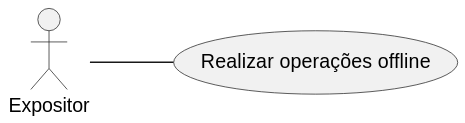
This is specs/casos_de_uso/svg/uml_uc20.svg from Phenrique-sousa/APS-documents, a PlantUML export, as it was before one commit. Source of this version:
```plantuml
@startuml
left to right direction

actor "Expositor" as Usuario

usecase "Realizar operações offline" as UC2

Usuario -- UC2

@enduml
```
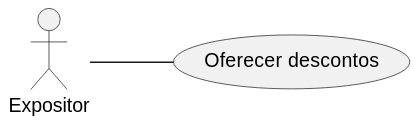
Later version of the same file.

What changed in the source:
```diff
@@ -3,7 +3,7 @@
 
 actor "Expositor" as Usuario
 
-usecase "Realizar operações offline" as UC2
+usecase "Oferecer descontos" as UC2
 
 Usuario -- UC2
 
```
